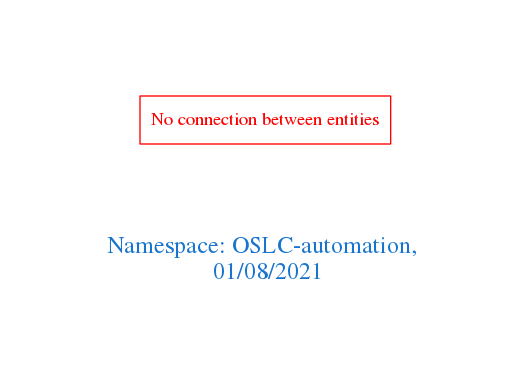
arago/OGIT keeps this Graphviz diagram as downloads/OSLC-automation.png. Above is the earlier version. Its source is kept beside it as downloads/OSLC-automation.dot.
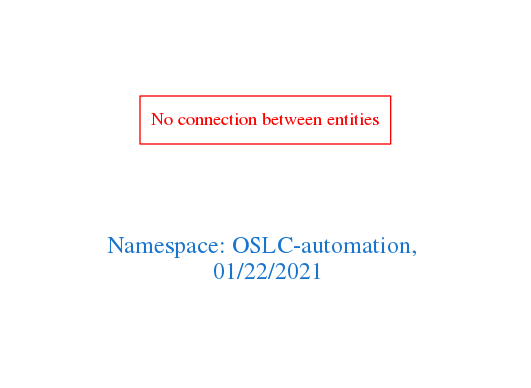
Above is the later version.

Change to the diagram source:
```diff
@@ -1,7 +1,7 @@
 digraph OGIT_ontology {
  graph [ rankdir= LR,pad=1
 fontsize = 18,
-fontcolor= dodgerblue3,label = "\n\n\nNamespace: OSLC-automation, \n 01/08/2021"];
+fontcolor= dodgerblue3,label = "\n\n\nNamespace: OSLC-automation, \n 01/22/2021"];
 node[shape=polygon];
 edge [  color="gray81"];
 
```
